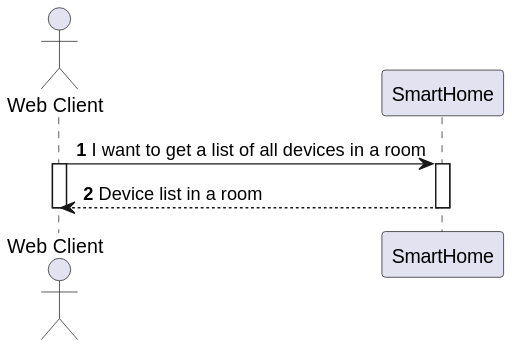
The PlantUML diagram docs/C4_4plus1_models/Level1/ProcessView/ProcessViewLevel1_UC22_v1.svg in moutajDev/smarthome, before a commit. Source of this version:
```plantuml
@startuml
!pragma layout smetana

autonumber

actor "Web Client" as User

participant "SmartHome" as SH

User -> SH : I want to get a list of all devices in a room
activate User
activate SH


SH --> User : Device list in a room
deactivate User
deactivate SH
@enduml
```
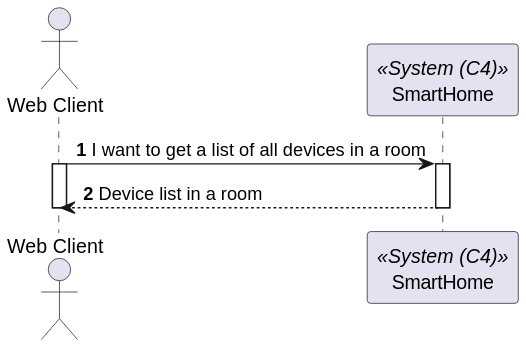
After the commit.

What changed in the source:
```diff
@@ -5,7 +5,7 @@
 
 actor "Web Client" as User
 
-participant "SmartHome" as SH
+participant "SmartHome" as SH<<System (C4)>>
 
 User -> SH : I want to get a list of all devices in a room
 activate User
```
